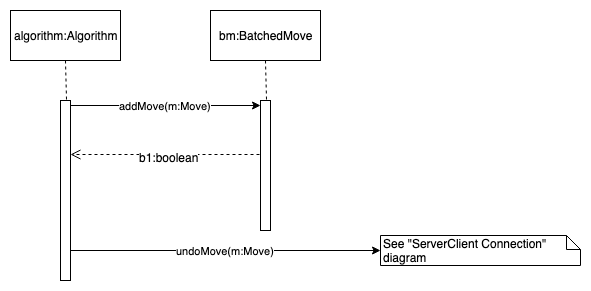
Before: Presentation/SequenceDiagrams/35. Display progress on the map as algorithm runs.png, a diagram exported from draw.io (Randypaquette13/CSE308New). Source tidied: cells renumbered, new cells last; positions are measured from the earlier drawing's top-left corner, leaving out a move shared by most shapes. Its diagram source:
```xml
<mxGraphModel>
  <root>
    <mxCell id="0" />
    <mxCell id="1" parent="0" />
    <mxCell id="2" style="html=1;points=[];perimeter=orthogonalPerimeter;" parent="1" vertex="1">
      <mxGeometry x="50" y="90" width="10" height="180" as="geometry" />
    </mxCell>
    <mxCell id="3" value="algorithm:Algorithm" style="html=1;" parent="1" vertex="1">
      <mxGeometry width="110" height="50" as="geometry" />
    </mxCell>
    <mxCell id="4" style="endArrow=none;dashed=1;html=1;entryX=0.5;entryY=1;entryDx=0;entryDy=0;exitX=0.6;exitY=-0.004;exitDx=0;exitDy=0;exitPerimeter=0;" parent="1" edge="1" source="2" target="3">
      <mxGeometry relative="1" as="geometry" />
    </mxCell>
    <mxCell id="5" style="html=1;points=[];perimeter=orthogonalPerimeter;" parent="1" vertex="1">
      <mxGeometry x="250" y="90" width="10" height="130" as="geometry" />
    </mxCell>
    <mxCell id="6" value="bm:BatchedMove" style="html=1;" parent="1" vertex="1">
      <mxGeometry x="200" width="110" height="50" as="geometry" />
    </mxCell>
    <mxCell id="7" style="endArrow=none;dashed=1;html=1;entryX=0.5;entryY=1;entryDx=0;entryDy=0;exitX=0.6;exitY=-0.004;exitDx=0;exitDy=0;exitPerimeter=0;" parent="1" edge="1" source="5" target="6">
      <mxGeometry relative="1" as="geometry" />
    </mxCell>
    <mxCell id="8" value="addMove(m:Move)" style="endArrow=classic;html=1;exitX=1;exitY=0.025;exitDx=0;exitDy=0;exitPerimeter=0;" parent="1" edge="1" source="2" target="5">
      <mxGeometry relative="1" as="geometry" />
    </mxCell>
    <mxCell id="9" style="html=1;verticalAlign=bottom;endArrow=open;dashed=1;endSize=8;exitX=-0.1;exitY=0.415;exitDx=0;exitDy=0;exitPerimeter=0;" parent="1" edge="1" source="5" target="2">
      <mxGeometry relative="1" as="geometry" />
    </mxCell>
    <mxCell id="10" value="b1:boolean" style="text;html=1;align=center;verticalAlign=middle;labelBackgroundColor=#ffffff;" parent="9" vertex="1">
      <mxGeometry x="-0.04" y="2" relative="1" as="geometry" />
    </mxCell>
    <mxCell id="11" value="undoMove(m:Move)" style="endArrow=classic;html=1;exitX=1;exitY=0.316;exitDx=0;exitDy=0;exitPerimeter=0;" parent="1" edge="1">
      <mxGeometry relative="1" as="geometry">
        <mxPoint x="60" y="240" as="sourcePoint" />
        <mxPoint x="370" y="240" as="targetPoint" />
      </mxGeometry>
    </mxCell>
    <mxCell id="12" value="See &quot;ServerClient Connection&quot; diagram" style="shape=note;whiteSpace=wrap;html=1;size=14;verticalAlign=top;align=left;spacingTop=-6;" parent="1" vertex="1">
      <mxGeometry x="370" y="225" width="200" height="30" as="geometry" />
    </mxCell>
  </root>
</mxGraphModel>
```
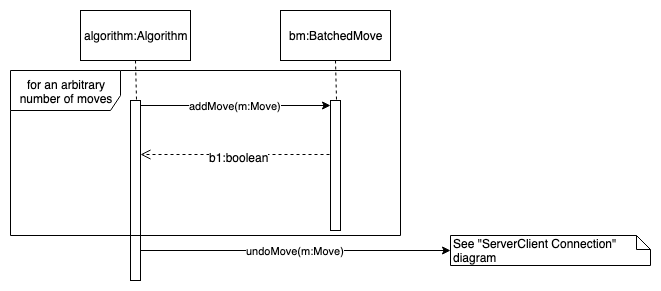
The same diagram one commit later.

Commit message:
#32 Sequence Diagram & modified #35

What changed in the source:
```diff
@@ -38,5 +38,8 @@
     <mxCell id="12" value="See &quot;ServerClient Connection&quot; diagram" style="shape=note;whiteSpace=wrap;html=1;size=14;verticalAlign=top;align=left;spacingTop=-6;" parent="1" vertex="1">
       <mxGeometry x="370" y="225" width="200" height="30" as="geometry" />
     </mxCell>
+    <mxCell id="13" value="for an arbitrary number of moves" style="shape=umlFrame;whiteSpace=wrap;html=1;width=110;height=40;" parent="1" vertex="1">
+      <mxGeometry x="-70" y="60" width="390" height="165" as="geometry" />
+    </mxCell>
   </root>
 </mxGraphModel>
```
